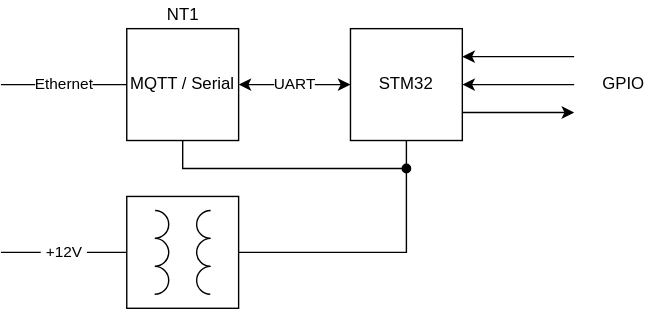
atitoff/CSH4 keeps this draw.io diagram as docs/light/gpio/gpio1.svg. Above is the earlier version. Source tidied: cells renumbered, new cells last; positions are measured from the earlier drawing's top-left corner, leaving out a move shared by most shapes.
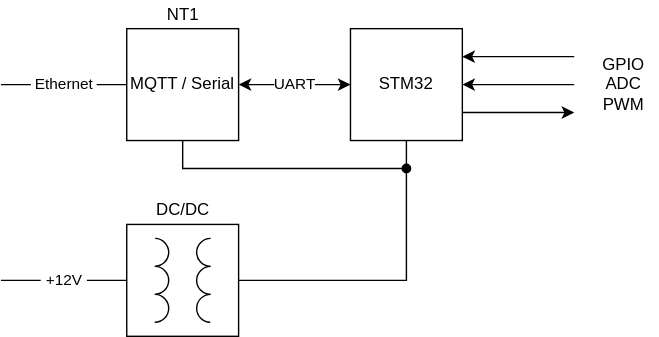
The same diagram one commit later.

Change to the diagram source:
```diff
@@ -2,9 +2,9 @@
   <root>
     <mxCell id="0" />
     <mxCell id="1" parent="0" />
-    <mxCell id="2" value="Ethernet" style="edgeStyle=orthogonalEdgeStyle;rounded=0;jettySize=auto;html=1;exitX=0;exitY=0.5;exitDx=0;exitDy=0;endArrow=none;endFill=0;" parent="1" edge="1" source="5">
+    <mxCell id="2" value="&amp;nbsp;Ethernet&amp;nbsp;" style="edgeStyle=orthogonalEdgeStyle;rounded=0;jettySize=auto;html=1;exitX=0;exitY=0.5;exitDx=0;exitDy=0;endArrow=none;endFill=0;" parent="1" edge="1" source="5">
       <mxGeometry relative="1" as="geometry">
-        <mxPoint y="60" as="targetPoint" />
+        <mxPoint y="40" as="targetPoint" />
       </mxGeometry>
     </mxCell>
     <mxCell id="3" value="UART" style="edgeStyle=orthogonalEdgeStyle;rounded=0;jettySize=auto;html=1;exitX=1;exitY=0.5;exitDx=0;exitDy=0;entryX=0;entryY=0.5;entryDx=0;entryDy=0;startArrow=classic;startFill=1;" parent="1" edge="1" source="5" target="9">
@@ -12,35 +12,35 @@
     </mxCell>
     <mxCell id="4" style="edgeStyle=orthogonalEdgeStyle;rounded=0;jettySize=auto;html=1;exitX=0.5;exitY=1;exitDx=0;exitDy=0;startArrow=none;startFill=0;endArrow=oval;endFill=1;" parent="1" edge="1" source="5">
       <mxGeometry relative="1" as="geometry">
-        <mxPoint x="290" y="120" as="targetPoint" />
+        <mxPoint x="290" y="100" as="targetPoint" />
         <Array as="points">
-          <mxPoint x="130" y="120" />
+          <mxPoint x="130" y="100" />
         </Array>
       </mxGeometry>
     </mxCell>
     <mxCell id="5" value="MQTT / Serial" style="whiteSpace=wrap;html=1;" parent="1" vertex="1">
-      <mxGeometry x="90" y="20" width="80" height="80" as="geometry" />
+      <mxGeometry x="90" width="80" height="80" as="geometry" />
     </mxCell>
     <mxCell id="6" style="edgeStyle=orthogonalEdgeStyle;rounded=0;jettySize=auto;html=1;exitX=1;exitY=0.5;exitDx=0;exitDy=0;startArrow=classic;startFill=1;endArrow=none;endFill=0;" parent="1" edge="1" source="9">
       <mxGeometry relative="1" as="geometry">
-        <mxPoint x="410" y="60" as="targetPoint" />
+        <mxPoint x="410" y="40" as="targetPoint" />
       </mxGeometry>
     </mxCell>
     <mxCell id="7" style="edgeStyle=orthogonalEdgeStyle;rounded=0;jettySize=auto;html=1;exitX=1;exitY=0.25;exitDx=0;exitDy=0;startArrow=classic;startFill=1;endArrow=none;endFill=0;" parent="1" edge="1" source="9">
       <mxGeometry relative="1" as="geometry">
-        <mxPoint x="410" y="40" as="targetPoint" />
+        <mxPoint x="410" y="20" as="targetPoint" />
       </mxGeometry>
     </mxCell>
     <mxCell id="8" style="edgeStyle=orthogonalEdgeStyle;rounded=0;jettySize=auto;html=1;exitX=1;exitY=0.75;exitDx=0;exitDy=0;startArrow=none;startFill=0;endArrow=classic;endFill=1;" parent="1" edge="1" source="9">
       <mxGeometry relative="1" as="geometry">
-        <mxPoint x="410" y="80" as="targetPoint" />
+        <mxPoint x="410" y="60" as="targetPoint" />
       </mxGeometry>
     </mxCell>
     <mxCell id="9" value="STM32" style="whiteSpace=wrap;html=1;" parent="1" vertex="1">
-      <mxGeometry x="250" y="20" width="80" height="80" as="geometry" />
+      <mxGeometry x="250" width="80" height="80" as="geometry" />
     </mxCell>
-    <mxCell id="10" value="GPIO" style="text;html=1;align=center;verticalAlign=middle;strokeColor=none;fillColor=none;" parent="1" vertex="1">
-      <mxGeometry x="420" y="50" width="50" height="20" as="geometry" />
+    <mxCell id="10" value="GPIO&lt;br&gt;ADC&lt;br&gt;PWM" style="text;html=1;align=center;verticalAlign=middle;strokeColor=none;fillColor=none;" parent="1" vertex="1">
+      <mxGeometry x="420" y="15" width="50" height="50" as="geometry" />
     </mxCell>
     <mxCell id="11" style="rounded=0;whiteSpace=wrap;html=1;" parent="1" vertex="1">
       <mxGeometry x="90" y="140" width="80" height="80" as="geometry" />
@@ -76,7 +76,10 @@
       </mxGeometry>
     </mxCell>
     <mxCell id="20" value="NT1" style="text;html=1;align=center;verticalAlign=middle;strokeColor=none;fillColor=none;" parent="1" vertex="1">
-      <mxGeometry x="110" width="40" height="20" as="geometry" />
+      <mxGeometry x="110" y="-20" width="40" height="20" as="geometry" />
     </mxCell>
+    <mxCell id="21" value="DC/DC" style="text;html=1;align=center;verticalAlign=middle;strokeColor=none;fillColor=none;" parent="1" vertex="1">
+      <mxGeometry x="105" y="120" width="50" height="20" as="geometry" />
+    </mxCell>
   </root>
 </mxGraphModel>
```
